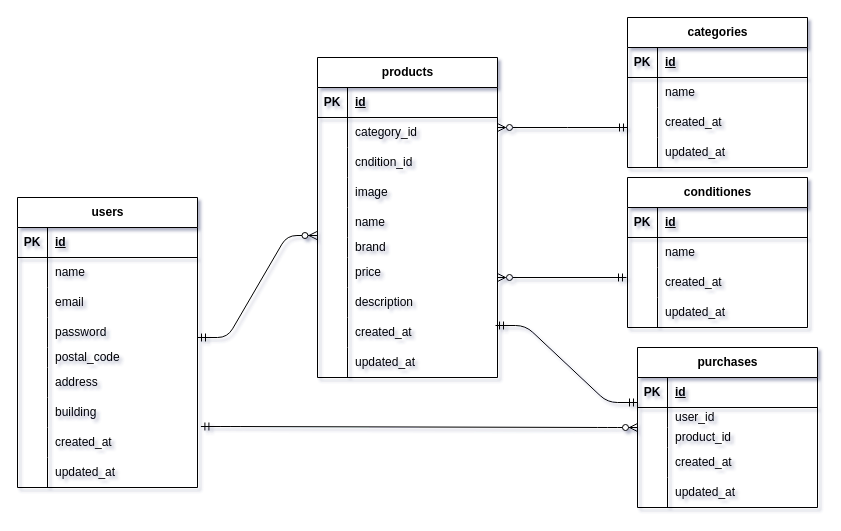
The draw.io diagram er.dio in yushiro46/Furima, before the edit. Source tidied: cells renumbered, new cells numbered last; positions are measured from the earlier drawing's top-left corner, leaving out a move shared by most shapes. Both pictures are drawn from the tidied source at 100%, with x=0, y=0 at pixel (17, 17).
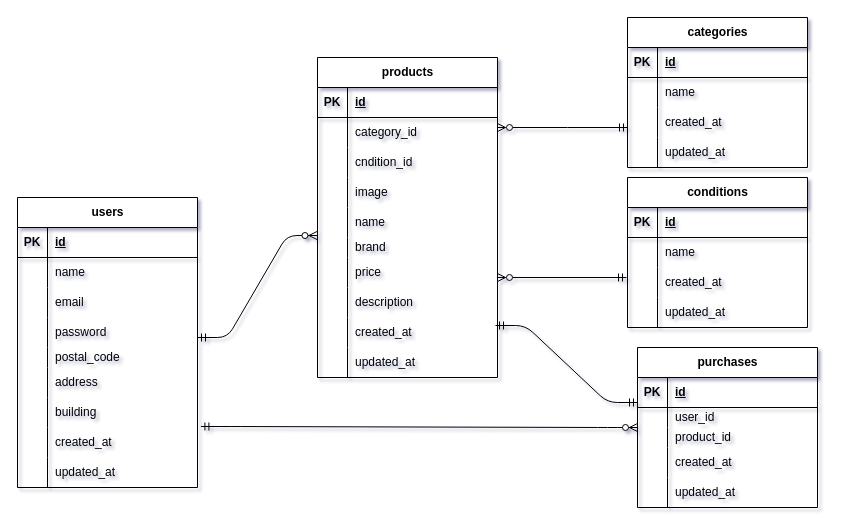
The same page after the edit.

The edit, as a diff of the source:
```diff
@@
-    <mxCell id="74" value="conditiones" style="shape=table;startSize=30;childLayout=tableLayout;rowLines=0;fontStyle=1;align=center;html=1;" parent="1" vertex="1">
+    <mxCell id="74" value="conditions" style="shape=table;startSize=30;childLayout=tableLayout;rowLines=0;fontStyle=1;align=center;html=1;" parent="1" vertex="1">
       <mxGeometry x="610" y="160" width="180" height="150" as="geometry" />
     </mxCell>
```
